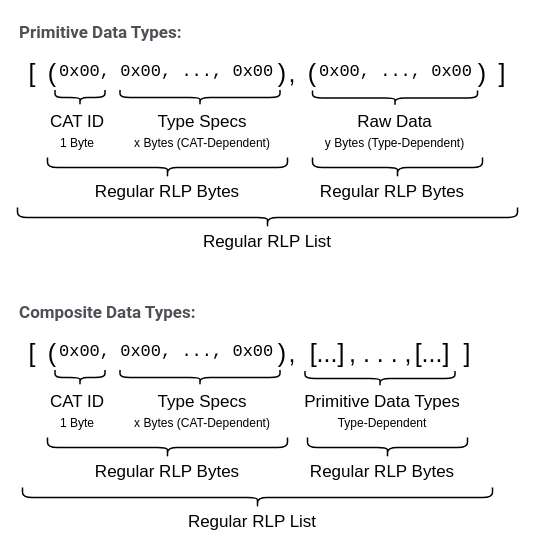
This is docs/AdvRlpOverview.drawio from zhenghaven/SimpleRlp, a draw.io file, before an edit. Source tidied: cells renumbered, new cells numbered last; positions are measured from the earlier drawing's top-left corner, leaving out a move shared by most shapes. Both pictures are drawn from the tidied source at 100%, with x=0, y=0 at pixel (17, -33).
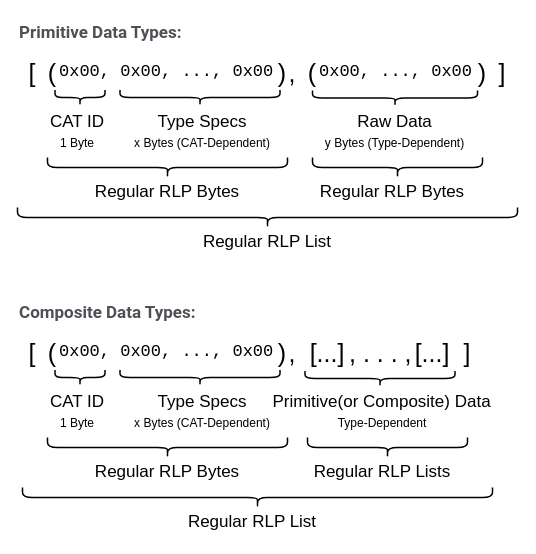
The same page after the edit.

Commit message (it also covers changes not shown here):
Fixed overview fig; add intro on rlp

The change refers to these unchanged cells:
```xml
<mxCell id="30" style="group;" parent="2" vertex="1">
  <mxGeometry y="280" width="475" height="240" as="geometry" />
</mxCell>
```

Change to the diagram source:
```diff
@@
-    <mxCell id="48" value="Primitive Data Types" style="text;html=1;strokeColor=none;fillColor=none;align=center;verticalAlign=middle;whiteSpace=wrap;rounded=0;fontSize=17;" parent="30" vertex="1">
-      <mxGeometry x="285" y="90" width="160" height="30" as="geometry" />
+    <mxCell id="48" value="Primitive(or Composite) Data" style="text;html=1;strokeColor=none;fillColor=none;align=center;verticalAlign=middle;whiteSpace=wrap;rounded=0;fontSize=17;" parent="30" vertex="1">
+      <mxGeometry x="252" y="90" width="225" height="30" as="geometry" />
     </mxCell>
@@
-    <mxCell id="54" value="Regular RLP Bytes" style="text;html=1;strokeColor=none;fillColor=none;align=center;verticalAlign=middle;whiteSpace=wrap;rounded=0;fontSize=17;" parent="30" vertex="1">
+    <mxCell id="54" value="Regular RLP Lists" style="text;html=1;strokeColor=none;fillColor=none;align=center;verticalAlign=middle;whiteSpace=wrap;rounded=0;fontSize=17;" parent="30" vertex="1">
       <mxGeometry x="285" y="160" width="160" height="30" as="geometry" />
     </mxCell>
```
